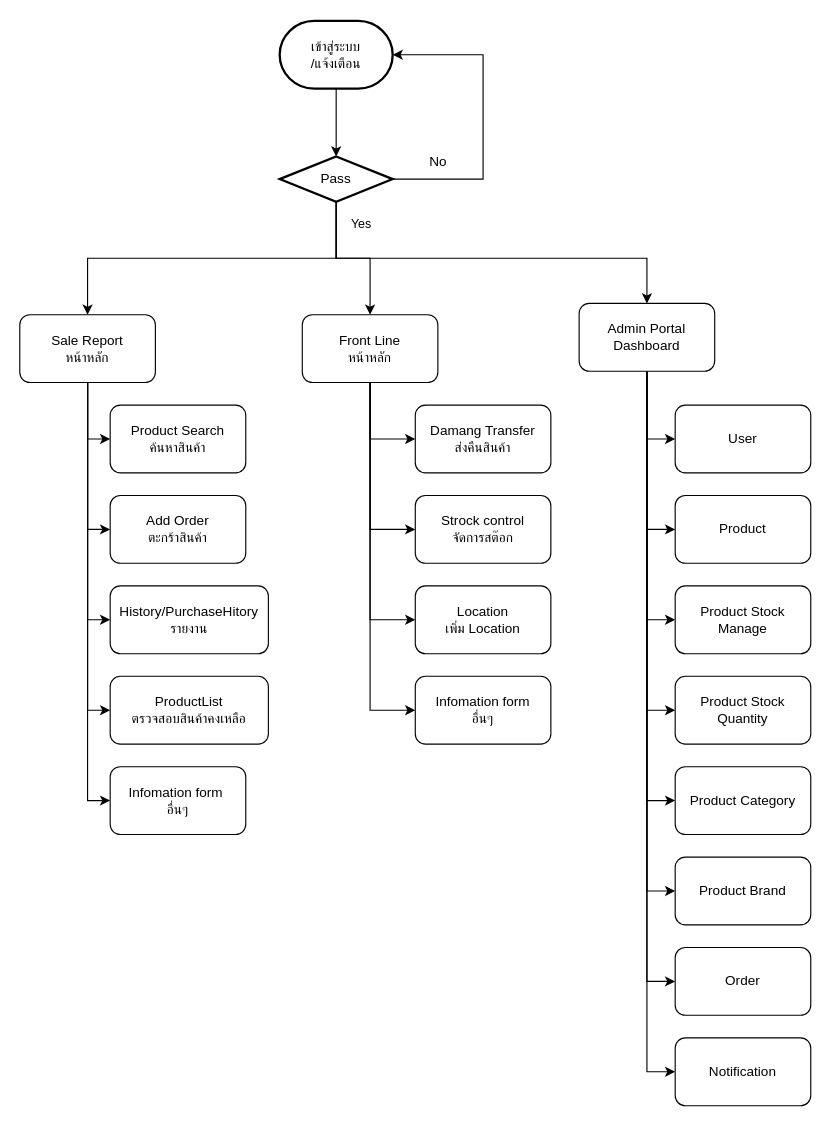
The draw.io diagram .@Doc/Diagram/UI FLOW.drawio in Arnan-TiTo/ADWPORTAL, before the edit. Source tidied: cells renumbered, new cells numbered last; positions are measured from the earlier drawing's top-left corner, leaving out a move shared by most shapes. Both pictures are drawn from the tidied source at 113%, with x=0, y=0 at pixel (19, 20).
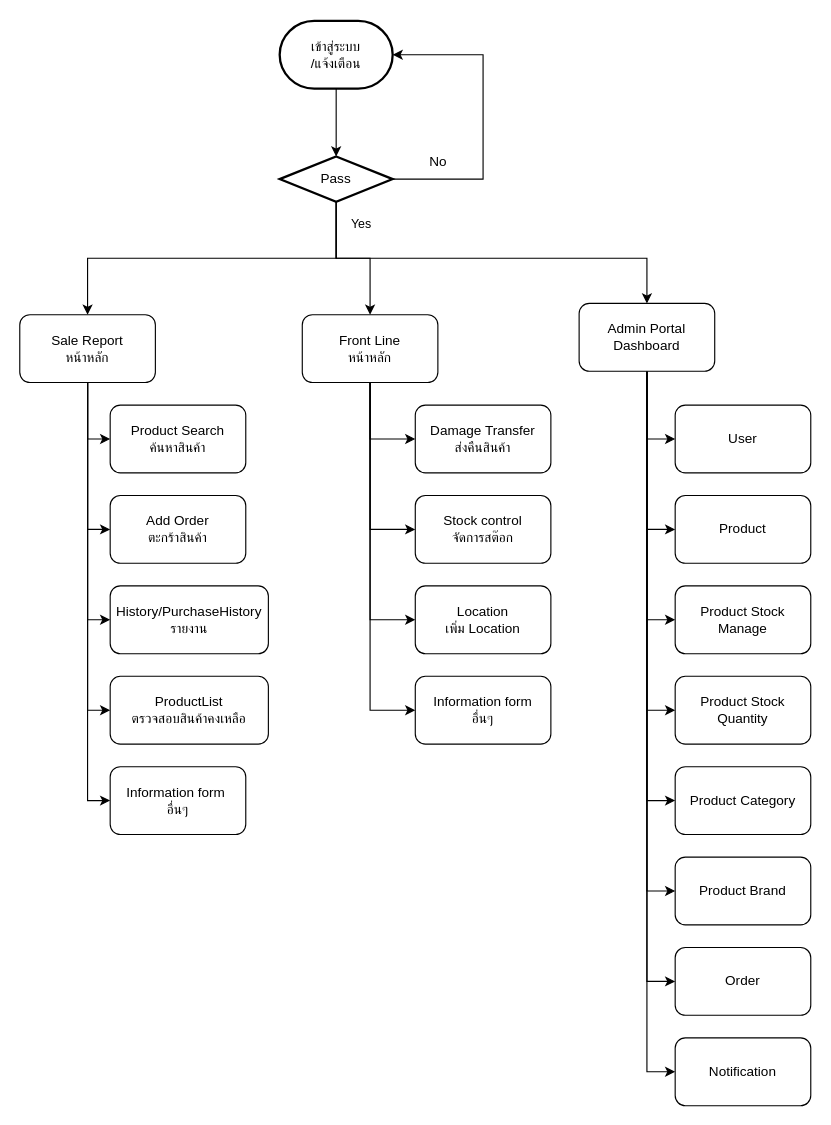
After the change.

The edit, as a diff of the source:
```diff
@@
-    <mxCell id="18" value="History/PurchaseHitory&lt;br&gt;รายงาน" style="rounded=1;whiteSpace=wrap;html=1;" parent="1" vertex="1">
+    <mxCell id="18" value="History/PurchaseHistory&lt;br&gt;รายงาน" style="rounded=1;whiteSpace=wrap;html=1;" parent="1" vertex="1">
       <mxGeometry x="80" y="500" width="140" height="60" as="geometry" />
     </mxCell>
@@
-    <mxCell id="24" value="Damang Transfer&lt;div&gt;ส่งคืนสินค้า&lt;/div&gt;" style="rounded=1;whiteSpace=wrap;html=1;" parent="1" vertex="1">
+    <mxCell id="24" value="Damage Transfer&lt;div&gt;ส่งคืนสินค้า&lt;/div&gt;" style="rounded=1;whiteSpace=wrap;html=1;" parent="1" vertex="1">
       <mxGeometry x="350" y="340" width="120" height="60" as="geometry" />
     </mxCell>
-    <mxCell id="25" value="Strock control&lt;div&gt;จัดการสต๊อก&lt;/div&gt;" style="rounded=1;whiteSpace=wrap;html=1;" parent="1" vertex="1">
+    <mxCell id="25" value="Stock control&lt;div&gt;จัดการสต๊อก&lt;/div&gt;" style="rounded=1;whiteSpace=wrap;html=1;" parent="1" vertex="1">
       <mxGeometry x="350" y="420" width="120" height="60" as="geometry" />
     </mxCell>
@@
-    <mxCell id="45" value="Infomation form&lt;div&gt;อื่นๆ&lt;/div&gt;" style="rounded=1;whiteSpace=wrap;html=1;" parent="1" vertex="1">
+    <mxCell id="45" value="Information form&lt;div&gt;อื่นๆ&lt;/div&gt;" style="rounded=1;whiteSpace=wrap;html=1;" parent="1" vertex="1">
       <mxGeometry x="350" y="580" width="120" height="60" as="geometry" />
     </mxCell>
-    <mxCell id="46" value="Infomation form&amp;nbsp;&lt;div&gt;อื่นๆ&lt;/div&gt;" style="rounded=1;whiteSpace=wrap;html=1;" parent="1" vertex="1">
+    <mxCell id="46" value="Information form&amp;nbsp;&lt;div&gt;อื่นๆ&lt;/div&gt;" style="rounded=1;whiteSpace=wrap;html=1;" parent="1" vertex="1">
       <mxGeometry x="80" y="660" width="120" height="60" as="geometry" />
     </mxCell>
```
